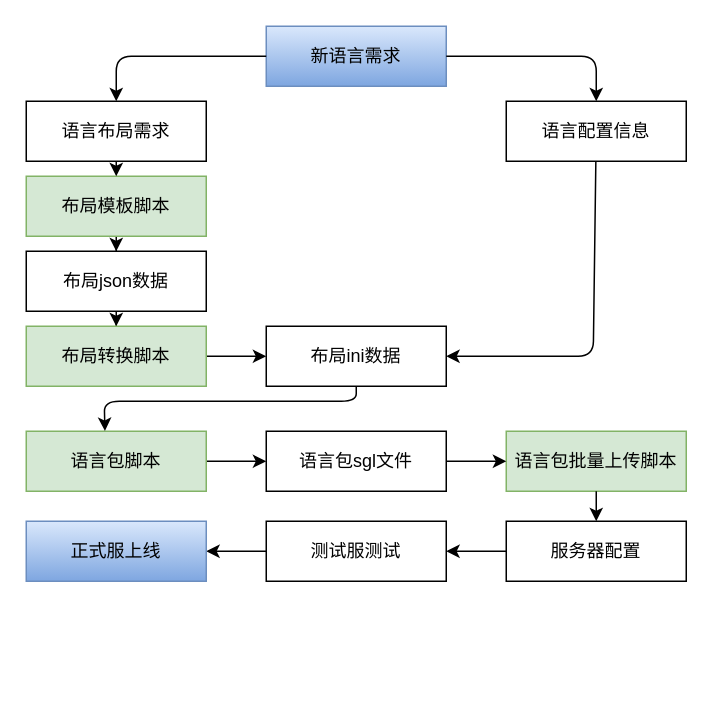
Above: layout-editor/布局编辑器.drawio in chonglv/charts (draw.io), before the change. Source tidied: cells renumbered, new cells numbered last; positions are measured from the earlier drawing's top-left corner, leaving out a move shared by most shapes. Both pictures are drawn from the tidied source at 150%, with x=0, y=0 at pixel (26, 26).
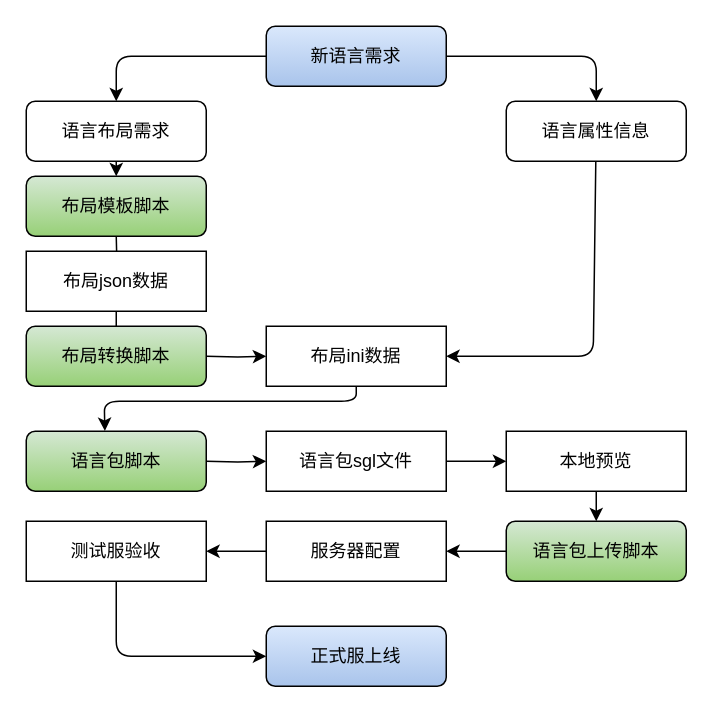
The same diagram, later.

Commit message (it also covers changes not shown here):
Update 布局编辑器.drawio

The change refers to these unchanged cells:
```xml
<mxCell id="8" value="布局json数据" style="rounded=0;whiteSpace=wrap;html=1;" parent="1" vertex="1">
  <mxGeometry y="150" width="120" height="40" as="geometry" />
</mxCell>
<mxCell id="11" value="布局ini数据" style="rounded=0;whiteSpace=wrap;html=1;" parent="1" vertex="1">
  <mxGeometry x="160" y="200" width="120" height="40" as="geometry" />
</mxCell>
<mxCell id="14" value="语言包sgl文件" style="rounded=0;whiteSpace=wrap;html=1;" parent="1" vertex="1">
  <mxGeometry x="160" y="270" width="120" height="40" as="geometry" />
</mxCell>
```

The edit, as a diff of the source:
```diff
@@
-    <mxCell id="2" value="语言布局需求" style="rounded=0;whiteSpace=wrap;html=1;" parent="1" vertex="1">
-      <mxGeometry y="50" width="120" height="40" as="geometry" />
-    </mxCell>
-    <mxCell id="3" value="语言配置信息" style="rounded=0;whiteSpace=wrap;html=1;" parent="1" vertex="1">
-      <mxGeometry x="320" y="50" width="120" height="40" as="geometry" />
-    </mxCell>
-    <mxCell id="4" value="新语言需求" style="rounded=0;whiteSpace=wrap;html=1;gradientColor=#7ea6e0;fillColor=#dae8fc;strokeColor=#6c8ebf;" parent="1" vertex="1">
-      <mxGeometry x="160" width="120" height="40" as="geometry" />
-    </mxCell>
-    <mxCell id="5" style="edgeStyle=orthogonalEdgeStyle;rounded=0;jettySize=auto;html=1;" parent="1" edge="1" source="6" target="8">
-      <mxGeometry relative="1" as="geometry" />
+    <mxCell id="5" style="edgeStyle=orthogonalEdgeStyle;rounded=0;jettySize=auto;html=1;" parent="1" edge="1" target="8">
+      <mxGeometry relative="1" as="geometry">
+        <mxPoint x="60" y="140" as="sourcePoint" />
+      </mxGeometry>
     </mxCell>
-    <mxCell id="6" value="布局模板脚本" style="rounded=0;whiteSpace=wrap;html=1;fillColor=#d5e8d4;strokeColor=#82b366;" parent="1" vertex="1">
-      <mxGeometry y="100" width="120" height="40" as="geometry" />
-    </mxCell>
-    <mxCell id="7" style="edgeStyle=orthogonalEdgeStyle;rounded=0;jettySize=auto;html=1;" parent="1" edge="1" source="8" target="10">
-      <mxGeometry relative="1" as="geometry" />
+    <mxCell id="7" style="edgeStyle=orthogonalEdgeStyle;rounded=0;jettySize=auto;html=1;" parent="1" edge="1" source="8">
+      <mxGeometry relative="1" as="geometry">
+        <mxPoint x="60" y="200" as="targetPoint" />
+      </mxGeometry>
     </mxCell>
@@
-    <mxCell id="9" style="edgeStyle=orthogonalEdgeStyle;rounded=0;jettySize=auto;html=1;" parent="1" edge="1" source="10" target="11">
-      <mxGeometry relative="1" as="geometry" />
+    <mxCell id="9" style="edgeStyle=orthogonalEdgeStyle;rounded=0;jettySize=auto;html=1;" parent="1" edge="1" target="11">
+      <mxGeometry relative="1" as="geometry">
+        <mxPoint x="120" y="220" as="sourcePoint" />
+      </mxGeometry>
     </mxCell>
-    <mxCell id="10" value="布局转换脚本" style="rounded=0;whiteSpace=wrap;html=1;fillColor=#d5e8d4;strokeColor=#82b366;" parent="1" vertex="1">
-      <mxGeometry y="200" width="120" height="40" as="geometry" />
-    </mxCell>
@@
-    <mxCell id="12" style="edgeStyle=orthogonalEdgeStyle;rounded=0;jettySize=auto;html=1;" parent="1" edge="1" source="13" target="14">
-      <mxGeometry relative="1" as="geometry" />
+    <mxCell id="12" style="edgeStyle=orthogonalEdgeStyle;rounded=0;jettySize=auto;html=1;" parent="1" edge="1" target="14">
+      <mxGeometry relative="1" as="geometry">
+        <mxPoint x="120" y="290" as="sourcePoint" />
+      </mxGeometry>
     </mxCell>
-    <mxCell id="13" value="语言包脚本" style="rounded=0;whiteSpace=wrap;html=1;fillColor=#d5e8d4;strokeColor=#82b366;" parent="1" vertex="1">
-      <mxGeometry y="270" width="120" height="40" as="geometry" />
-    </mxCell>
@@
-    <mxCell id="15" value="语言包批量上传脚本" style="rounded=0;whiteSpace=wrap;html=1;fillColor=#d5e8d4;strokeColor=#82b366;" parent="1" vertex="1">
+    <mxCell id="15" value="本地预览" style="rounded=0;whiteSpace=wrap;html=1;fillColor=#FFFFFF;" parent="1" vertex="1">
       <mxGeometry x="320" y="270" width="120" height="40" as="geometry" />
     </mxCell>
     <mxCell id="16" value="服务器配置" style="rounded=0;whiteSpace=wrap;html=1;" parent="1" vertex="1">
-      <mxGeometry x="320" y="330" width="120" height="40" as="geometry" />
+      <mxGeometry x="160" y="330" width="120" height="40" as="geometry" />
     </mxCell>
@@
-    <mxCell id="18" style="edgeStyle=orthogonalEdgeStyle;rounded=0;jettySize=auto;html=1;" parent="1" edge="1" source="19" target="20">
-      <mxGeometry relative="1" as="geometry" />
-    </mxCell>
-    <mxCell id="19" value="测试服测试" style="rounded=0;whiteSpace=wrap;html=1;" parent="1" vertex="1">
-      <mxGeometry x="160" y="330" width="120" height="40" as="geometry" />
+    <mxCell id="19" value="测试服验收" style="rounded=0;whiteSpace=wrap;html=1;" parent="1" vertex="1">
+      <mxGeometry y="330" width="120" height="40" as="geometry" />
     </mxCell>
-    <mxCell id="20" value="正式服上线" style="rounded=0;whiteSpace=wrap;html=1;gradientColor=#7ea6e0;fillColor=#dae8fc;strokeColor=#6c8ebf;" parent="1" vertex="1">
-      <mxGeometry y="330" width="120" height="40" as="geometry" />
-    </mxCell>
-    <mxCell id="21" style="endArrow=classic;html=1;exitX=0;exitY=0.5;exitDx=0;exitDy=0;entryX=0.5;entryY=0;entryDx=0;entryDy=0;" parent="1" edge="1" source="4" target="2">
+    <mxCell id="21" style="endArrow=classic;html=1;exitX=0;exitY=0.5;exitDx=0;exitDy=0;entryX=0.5;entryY=0;entryDx=0;entryDy=0;" parent="1" edge="1">
       <mxGeometry relative="1" as="geometry">
+        <mxPoint x="160" y="20" as="sourcePoint" />
+        <mxPoint x="60" y="50" as="targetPoint" />
         <Array as="points">
           <mxPoint x="60" y="20" />
         </Array>
       </mxGeometry>
     </mxCell>
-    <mxCell id="22" style="endArrow=classic;html=1;entryX=0.5;entryY=0;entryDx=0;entryDy=0;exitX=1;exitY=0.5;exitDx=0;exitDy=0;" parent="1" edge="1" source="4" target="3">
+    <mxCell id="22" style="endArrow=classic;html=1;entryX=0.5;entryY=0;entryDx=0;entryDy=0;exitX=1;exitY=0.5;exitDx=0;exitDy=0;" parent="1" edge="1">
       <mxGeometry relative="1" as="geometry">
+        <mxPoint x="280" y="20" as="sourcePoint" />
+        <mxPoint x="380" y="50" as="targetPoint" />
         <Array as="points">
           <mxPoint x="380" y="20" />
         </Array>
       </mxGeometry>
     </mxCell>
-    <mxCell id="23" style="endArrow=classic;html=1;exitX=0.5;exitY=1;exitDx=0;exitDy=0;" parent="1" edge="1" source="2" target="6">
-      <mxGeometry relative="1" as="geometry" />
+    <mxCell id="23" style="endArrow=classic;html=1;exitX=0.5;exitY=1;exitDx=0;exitDy=0;" parent="1" edge="1">
+      <mxGeometry relative="1" as="geometry">
+        <mxPoint x="60" y="90" as="sourcePoint" />
+        <mxPoint x="60" y="100" as="targetPoint" />
+      </mxGeometry>
     </mxCell>
@@
-    <mxCell id="25" style="endArrow=classic;html=1;exitX=0.5;exitY=1;exitDx=0;exitDy=0;entryX=0.5;entryY=0;entryDx=0;entryDy=0;" parent="1" edge="1" source="15" target="16">
-      <mxGeometry relative="1" as="geometry" />
+    <mxCell id="25" style="endArrow=classic;html=1;exitX=0;exitY=0.5;exitDx=0;exitDy=0;entryX=1;entryY=0.5;entryDx=0;entryDy=0;" parent="1" edge="1" target="16">
+      <mxGeometry relative="1" as="geometry">
+        <mxPoint x="320" y="350" as="sourcePoint" />
+      </mxGeometry>
     </mxCell>
-    <mxCell id="26" style="endArrow=classic;html=1;entryX=1;entryY=0.5;entryDx=0;entryDy=0;" parent="1" edge="1" source="3" target="11">
+    <mxCell id="26" style="endArrow=classic;html=1;entryX=1;entryY=0.5;entryDx=0;entryDy=0;" parent="1" edge="1" target="11">
       <mxGeometry relative="1" as="geometry">
+        <mxPoint x="379.7" y="90" as="sourcePoint" />
         <Array as="points">
           <mxPoint x="378" y="220" />
         </Array>
       </mxGeometry>
     </mxCell>
-    <mxCell id="27" style="endArrow=classic;html=1;exitX=0.5;exitY=1;exitDx=0;exitDy=0;entryX=0.437;entryY=-0.005;entryDx=0;entryDy=0;entryPerimeter=0;" parent="1" edge="1" source="11" target="13">
+    <mxCell id="27" style="endArrow=classic;html=1;exitX=0.5;exitY=1;exitDx=0;exitDy=0;entryX=0.437;entryY=-0.005;entryDx=0;entryDy=0;entryPerimeter=0;" parent="1" edge="1" source="11">
       <mxGeometry relative="1" as="geometry">
+        <mxPoint x="52.4" y="269.8" as="targetPoint" />
         <Array as="points">
           <mxPoint x="220" y="250" />
           <mxPoint x="52" y="250" />
         </Array>
       </mxGeometry>
     </mxCell>
+    <mxCell id="28" style="endArrow=classic;html=1;exitX=0.5;exitY=1;exitDx=0;exitDy=0;entryX=0.5;entryY=0;entryDx=0;entryDy=0;" parent="1" edge="1" source="15">
+      <mxGeometry relative="1" as="geometry">
+        <mxPoint x="380" y="330" as="targetPoint" />
+      </mxGeometry>
+    </mxCell>
+    <mxCell id="29" style="endArrow=classic;html=1;exitX=0.5;exitY=1;exitDx=0;exitDy=0;entryX=0;entryY=0.5;entryDx=0;entryDy=0;" parent="1" edge="1" source="19">
+      <mxGeometry relative="1" as="geometry">
+        <mxPoint x="160" y="420" as="targetPoint" />
+        <Array as="points">
+          <mxPoint x="60" y="420" />
+        </Array>
+      </mxGeometry>
+    </mxCell>
+    <mxCell id="4" value="&lt;span&gt;新语言需求&lt;/span&gt;" style="rounded=1;whiteSpace=wrap;html=1;strokeColor=#000000;fillColor=#DAE8FC;gradientColor=#A9C4EB;" parent="1" vertex="1">
+      <mxGeometry x="160" width="120" height="40" as="geometry" />
+    </mxCell>
+    <mxCell id="20" value="正式服上线" style="rounded=1;whiteSpace=wrap;html=1;strokeColor=#000000;fillColor=#DAE8FC;gradientColor=#A9C4EB;" parent="1" vertex="1">
+      <mxGeometry x="160" y="400" width="120" height="40" as="geometry" />
+    </mxCell>
+    <mxCell id="2" value="语言布局需求" style="rounded=1;whiteSpace=wrap;html=1;strokeColor=#000000;fillColor=#FFFFFF;" parent="1" vertex="1">
+      <mxGeometry y="50" width="120" height="40" as="geometry" />
+    </mxCell>
+    <mxCell id="30" value="语言属性信息" style="rounded=1;whiteSpace=wrap;html=1;strokeColor=#000000;fillColor=#FFFFFF;" parent="1" vertex="1">
+      <mxGeometry x="320" y="50" width="120" height="40" as="geometry" />
+    </mxCell>
+    <mxCell id="6" value="布局模板脚本" style="rounded=1;whiteSpace=wrap;html=1;strokeColor=#000000;fillColor=#D5E8D4;gradientColor=#97D077;" parent="1" vertex="1">
+      <mxGeometry y="100" width="120" height="40" as="geometry" />
+    </mxCell>
+    <mxCell id="10" value="布局转换脚本" style="rounded=1;whiteSpace=wrap;html=1;strokeColor=#000000;fillColor=#D5E8D4;gradientColor=#97D077;" parent="1" vertex="1">
+      <mxGeometry y="200" width="120" height="40" as="geometry" />
+    </mxCell>
+    <mxCell id="13" value="语言包脚本" style="rounded=1;whiteSpace=wrap;html=1;strokeColor=#000000;fillColor=#D5E8D4;gradientColor=#97D077;" parent="1" vertex="1">
+      <mxGeometry y="270" width="120" height="40" as="geometry" />
+    </mxCell>
+    <mxCell id="31" value="语言包上传脚本" style="rounded=1;whiteSpace=wrap;html=1;strokeColor=#000000;fillColor=#D5E8D4;gradientColor=#97D077;" parent="1" vertex="1">
+      <mxGeometry x="320" y="330" width="120" height="40" as="geometry" />
+    </mxCell>
```
